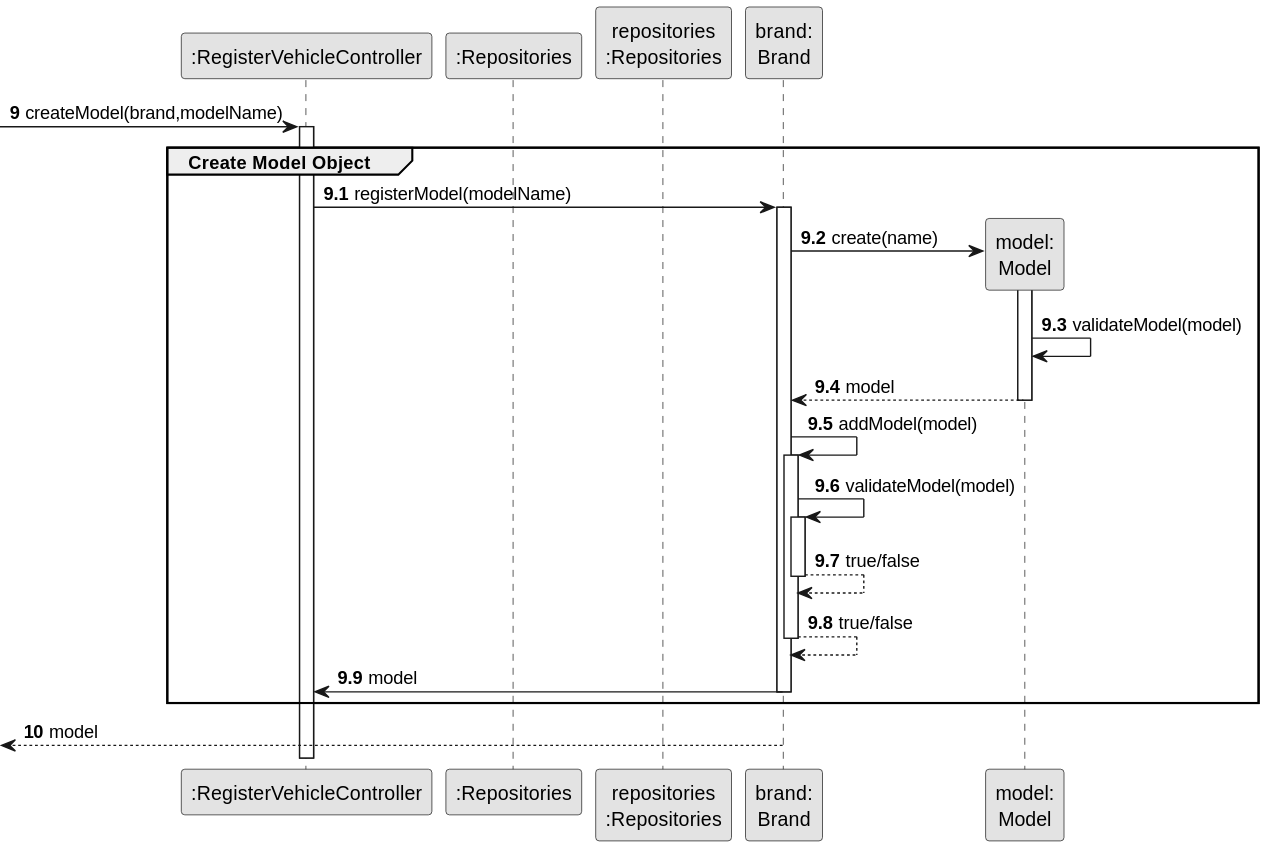
Above: docs/sprint2/us06/03.design/svg/us06-sequence-diagram-partial-create-model.svg in Departamento-de-Engenharia-Informatica/lei-24-s2-1db-g022 (PlantUML), before the change.
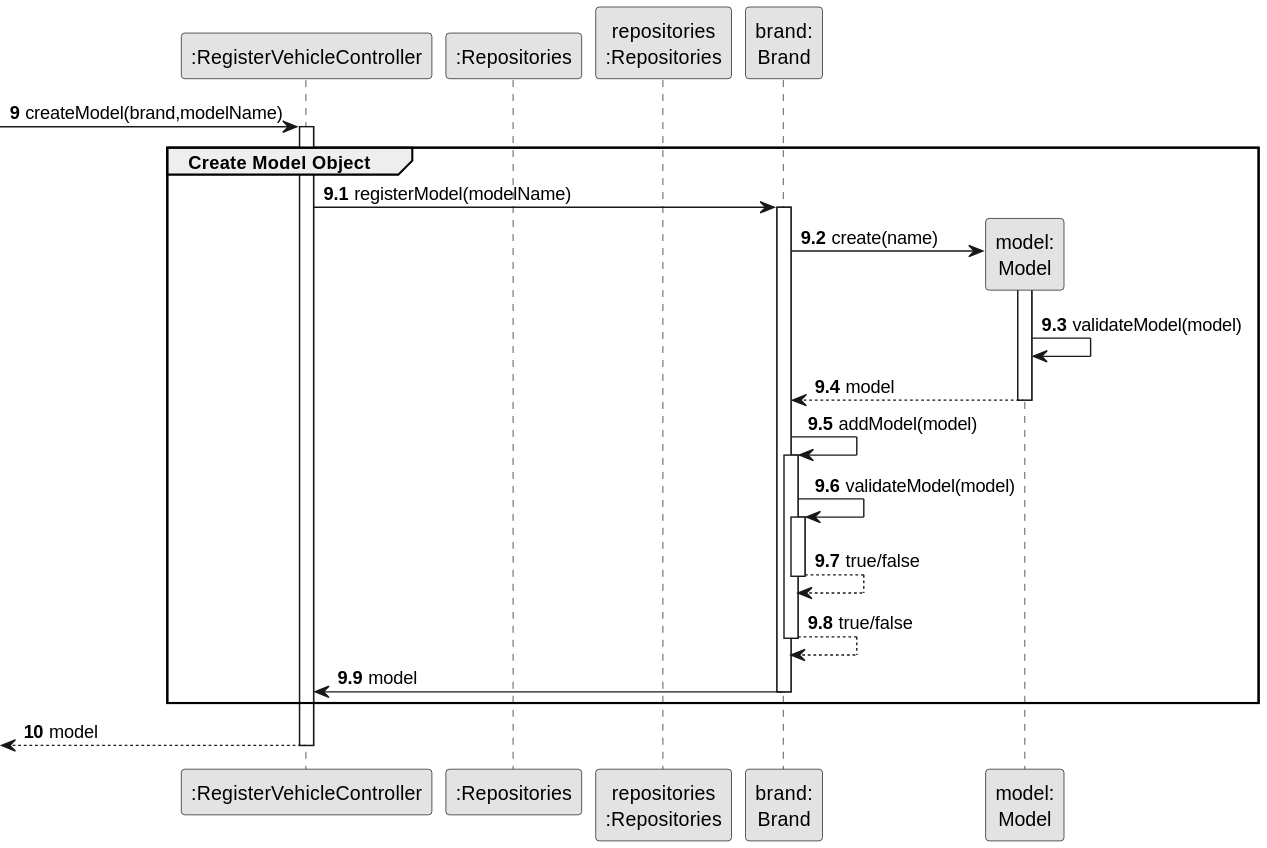
The same diagram one commit later.

The edit, as a diff of the source:
```diff
@@ -45,6 +45,6 @@
     end
 
     autonumber 10
-    <-- Brand : model
-deactivate Brand
+    <-- CTRL : model
+deactivate CTRL
 @enduml
```
